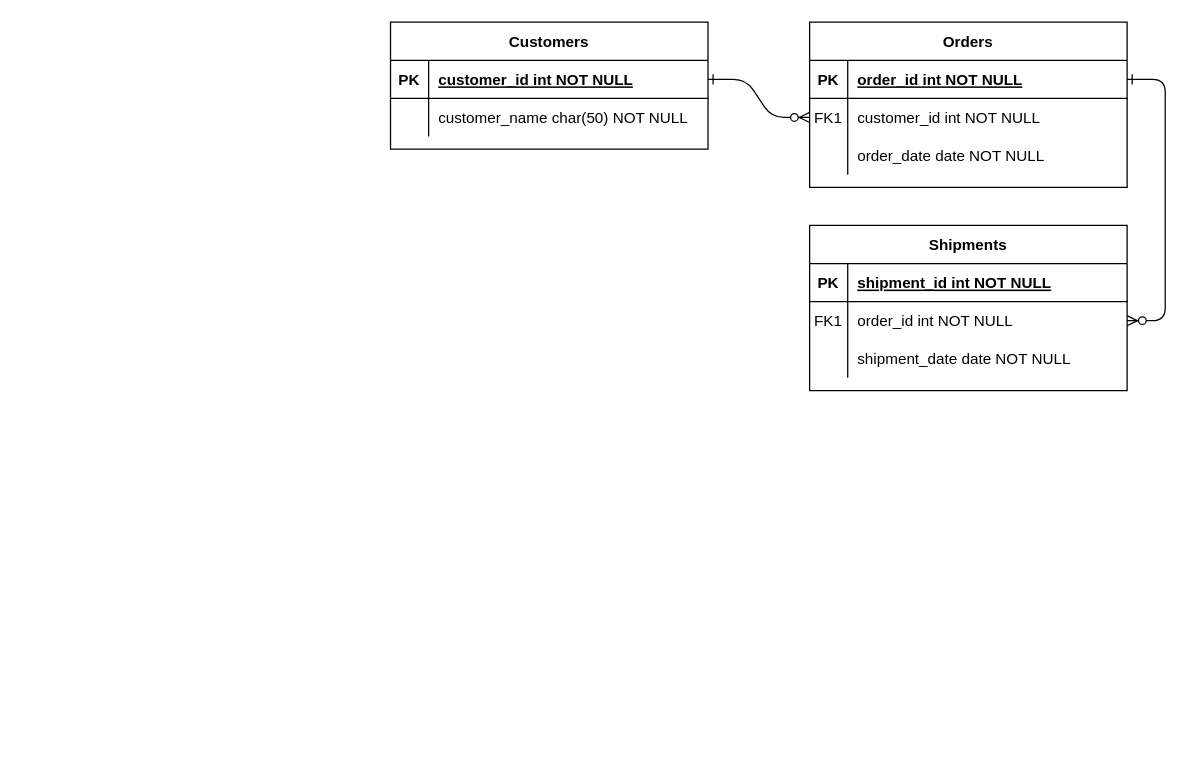
This is ERD.drawio from 7mzah/7mzah, a draw.io file, before an edit. Source tidied: cells renumbered, new cells numbered last; positions are measured from the earlier drawing's top-left corner, leaving out a move shared by most shapes. Both pictures are drawn from the tidied source at 127%, with x=0, y=0 at pixel (390, 22).
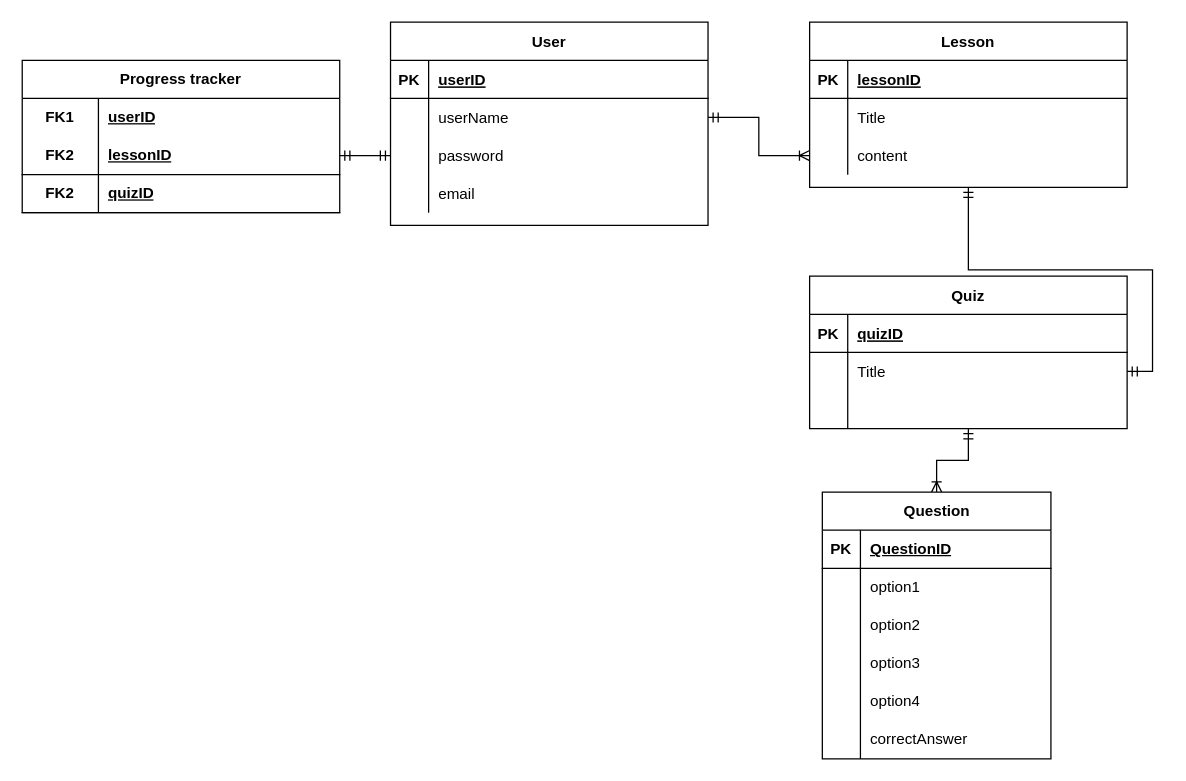
The same diagram, later.

Unchanged cells that the change refers to:
```xml
<mxCell id="5" style="shape=partialRectangle;fillColor=none;points=[[0,0.5],[1,0.5]];portConstraint=eastwest;top=0;left=0;right=0;bottom=1;" parent="4" vertex="1">
  <mxGeometry y="30" width="250" height="30" as="geometry" />
</mxCell>
<mxCell id="8" style="shape=partialRectangle;fillColor=none;points=[[0,0.5],[1,0.5]];portConstraint=eastwest;top=0;left=0;right=0;bottom=0;" parent="4" vertex="1">
  <mxGeometry y="60" width="250" height="30" as="geometry" />
</mxCell>
<mxCell id="11" style="shape=partialRectangle;fillColor=none;points=[[0,0.5],[1,0.5]];portConstraint=eastwest;top=0;left=0;right=0;bottom=0;" parent="4" vertex="1">
  <mxGeometry y="90" width="250" height="30" as="geometry" />
</mxCell>
<mxCell id="15" style="shape=partialRectangle;fillColor=none;top=0;left=0;right=0;bottom=1;" parent="14" vertex="1">
  <mxGeometry y="30" width="250" height="30" as="geometry" />
</mxCell>
<mxCell id="18" style="shape=partialRectangle;fillColor=none;points=[[0,0.5],[1,0.5]];portConstraint=eastwest;top=0;left=0;right=0;bottom=0;" parent="14" vertex="1">
  <mxGeometry y="60" width="250" height="30" as="geometry" />
</mxCell>
<mxCell id="21" style="shape=partialRectangle;fillColor=none;top=0;left=0;right=0;bottom=0;" parent="14" vertex="1">
  <mxGeometry y="90" width="250" height="30" as="geometry" />
</mxCell>
<mxCell id="25" style="shape=partialRectangle;fillColor=none;points=[[0,0.5],[1,0.5]];portConstraint=eastwest;top=0;left=0;right=0;bottom=1;" parent="24" vertex="1">
  <mxGeometry y="30" width="250" height="30" as="geometry" />
</mxCell>
<mxCell id="28" style="shape=partialRectangle;fillColor=none;points=[[0,0.5],[1,0.5]];portConstraint=eastwest;top=0;left=0;right=0;bottom=0;" parent="24" vertex="1">
  <mxGeometry y="60" width="250" height="30" as="geometry" />
</mxCell>
```

What changed in the source:
```diff
@@
-    <mxCell id="2" style="edgeStyle=entityRelationEdgeStyle;endArrow=ERzeroToMany;startArrow=ERone;endFill=1;startFill=0;" parent="1" edge="1" source="25" target="8">
-      <mxGeometry relative="1" as="geometry" />
-    </mxCell>
-    <mxCell id="3" style="edgeStyle=entityRelationEdgeStyle;endArrow=ERzeroToMany;startArrow=ERone;endFill=1;startFill=0;" parent="1" edge="1" source="5" target="18">
-      <mxGeometry relative="1" as="geometry" />
-    </mxCell>
+    <mxCell id="31" style="edgeStyle=orthogonalEdgeStyle;rounded=0;jettySize=auto;html=1;startArrow=ERmandOne;startFill=0;endArrow=ERmandOne;endFill=0;" parent="1" edge="1" source="4" target="18">
+      <mxGeometry relative="1" as="geometry" />
+    </mxCell>
-    <mxCell id="4" value="Orders" style="shape=table;startSize=30;childLayout=tableLayout;rowLines=0;fontStyle=1;align=center;" parent="1" vertex="1">
+    <mxCell id="4" value="Lesson" style="shape=table;startSize=30;childLayout=tableLayout;rowLines=0;fontStyle=1;align=center;" parent="1" vertex="1">
       <mxGeometry x="330" width="250" height="130" as="geometry" />
     </mxCell>
@@
-    <mxCell id="7" value="order_id int NOT NULL " style="shape=partialRectangle;overflow=hidden;fillColor=none;top=0;left=0;bottom=0;right=0;align=left;spacingLeft=6;fontStyle=5;" parent="5" vertex="1">
+    <mxCell id="7" value="lessonID" style="shape=partialRectangle;overflow=hidden;fillColor=none;top=0;left=0;bottom=0;right=0;align=left;spacingLeft=6;fontStyle=5;" parent="5" vertex="1">
       <mxGeometry x="30" width="220" height="30" as="geometry" />
     </mxCell>
@@
-    <mxCell id="9" value="FK1" style="shape=partialRectangle;overflow=hidden;fillColor=none;top=0;left=0;bottom=0;right=0;" parent="8" vertex="1">
+    <mxCell id="9" style="shape=partialRectangle;overflow=hidden;fillColor=none;top=0;left=0;bottom=0;right=0;" parent="8" vertex="1">
       <mxGeometry width="30" height="30" as="geometry" />
     </mxCell>
-    <mxCell id="10" value="customer_id int NOT NULL" style="shape=partialRectangle;overflow=hidden;fillColor=none;top=0;left=0;bottom=0;right=0;align=left;spacingLeft=6;" parent="8" vertex="1">
+    <mxCell id="10" value="Title" style="shape=partialRectangle;overflow=hidden;fillColor=none;top=0;left=0;bottom=0;right=0;align=left;spacingLeft=6;" parent="8" vertex="1">
       <mxGeometry x="30" width="220" height="30" as="geometry" />
     </mxCell>
@@
-    <mxCell id="13" value="order_date date NOT NULL" style="shape=partialRectangle;overflow=hidden;fillColor=none;top=0;left=0;bottom=0;right=0;align=left;spacingLeft=6;" parent="11" vertex="1">
+    <mxCell id="13" value="content" style="shape=partialRectangle;overflow=hidden;fillColor=none;top=0;left=0;bottom=0;right=0;align=left;spacingLeft=6;" parent="11" vertex="1">
       <mxGeometry x="30" width="220" height="30" as="geometry" />
     </mxCell>
+    <mxCell id="32" style="edgeStyle=orthogonalEdgeStyle;rounded=0;jettySize=auto;html=1;endArrow=ERoneToMany;endFill=0;startArrow=ERmandOne;startFill=0;" parent="1" edge="1" source="14" target="39">
+      <mxGeometry relative="1" as="geometry" />
+    </mxCell>
-    <mxCell id="14" value="Shipments" style="shape=table;startSize=30;childLayout=tableLayout;rowLines=0;fontStyle=1;align=center;" parent="1" vertex="1">
-      <mxGeometry x="330" y="160" width="250" height="130" as="geometry" />
+    <mxCell id="14" value="Quiz" style="shape=table;startSize=30;childLayout=tableLayout;rowLines=0;fontStyle=1;align=center;" parent="1" vertex="1">
+      <mxGeometry x="330" y="200" width="250" height="120" as="geometry" />
     </mxCell>
@@
-    <mxCell id="17" value="shipment_id int NOT NULL " style="shape=partialRectangle;overflow=hidden;fillColor=none;top=0;left=0;bottom=0;right=0;align=left;spacingLeft=6;fontStyle=5;" parent="15" vertex="1">
+    <mxCell id="17" value="quizID" style="shape=partialRectangle;overflow=hidden;fillColor=none;top=0;left=0;bottom=0;right=0;align=left;spacingLeft=6;fontStyle=5;" parent="15" vertex="1">
       <mxGeometry x="30" width="220" height="30" as="geometry" />
     </mxCell>
@@
-    <mxCell id="19" value="FK1" style="shape=partialRectangle;overflow=hidden;fillColor=none;top=0;left=0;bottom=0;right=0;" parent="18" vertex="1">
+    <mxCell id="19" style="shape=partialRectangle;overflow=hidden;fillColor=none;top=0;left=0;bottom=0;right=0;" parent="18" vertex="1">
       <mxGeometry width="30" height="30" as="geometry" />
     </mxCell>
-    <mxCell id="20" value="order_id int NOT NULL" style="shape=partialRectangle;overflow=hidden;fillColor=none;top=0;left=0;bottom=0;right=0;align=left;spacingLeft=6;" parent="18" vertex="1">
+    <mxCell id="20" value="Title" style="shape=partialRectangle;overflow=hidden;fillColor=none;top=0;left=0;bottom=0;right=0;align=left;spacingLeft=6;" parent="18" vertex="1">
       <mxGeometry x="30" width="220" height="30" as="geometry" />
     </mxCell>
@@
-    <mxCell id="23" value="shipment_date date NOT NULL" style="shape=partialRectangle;overflow=hidden;fillColor=none;top=0;left=0;bottom=0;right=0;align=left;spacingLeft=6;" parent="21" vertex="1">
+    <mxCell id="23" style="shape=partialRectangle;overflow=hidden;fillColor=none;top=0;left=0;bottom=0;right=0;align=left;spacingLeft=6;" parent="21" vertex="1">
       <mxGeometry x="30" width="220" height="30" as="geometry" />
     </mxCell>
-    <mxCell id="24" value="Customers" style="shape=table;startSize=30;childLayout=tableLayout;rowLines=0;fontStyle=1;align=center;" parent="1" vertex="1">
-      <mxGeometry width="250" height="100" as="geometry" />
+    <mxCell id="24" value="User" style="shape=table;startSize=30;childLayout=tableLayout;rowLines=0;fontStyle=1;align=center;" parent="1" vertex="1">
+      <mxGeometry width="250" height="160" as="geometry" />
     </mxCell>
@@
-    <mxCell id="27" value="customer_id int NOT NULL " style="shape=partialRectangle;overflow=hidden;fillColor=none;top=0;left=0;bottom=0;right=0;align=left;spacingLeft=6;fontStyle=5;" parent="25" vertex="1">
+    <mxCell id="27" value="userID" style="shape=partialRectangle;overflow=hidden;fillColor=none;top=0;left=0;bottom=0;right=0;align=left;spacingLeft=6;fontStyle=5;" parent="25" vertex="1">
       <mxGeometry x="30" width="220" height="30" as="geometry" />
     </mxCell>
@@
-    <mxCell id="30" value="customer_name char(50) NOT NULL" style="shape=partialRectangle;overflow=hidden;fillColor=none;top=0;left=0;bottom=0;right=0;align=left;spacingLeft=6;" parent="28" vertex="1">
+    <mxCell id="30" value="userName" style="shape=partialRectangle;overflow=hidden;fillColor=none;top=0;left=0;bottom=0;right=0;align=left;spacingLeft=6;" parent="28" vertex="1">
       <mxGeometry x="30" width="220" height="30" as="geometry" />
     </mxCell>
+    <mxCell id="33" style="shape=partialRectangle;fillColor=none;points=[[0,0.5],[1,0.5]];portConstraint=eastwest;top=0;left=0;right=0;bottom=0;" parent="24" vertex="1">
+      <mxGeometry y="90" width="250" height="30" as="geometry" />
+    </mxCell>
+    <mxCell id="34" style="shape=partialRectangle;overflow=hidden;fillColor=none;top=0;left=0;bottom=0;right=0;" parent="33" vertex="1">
+      <mxGeometry width="30" height="30" as="geometry" />
+    </mxCell>
+    <mxCell id="35" value="password" style="shape=partialRectangle;overflow=hidden;fillColor=none;top=0;left=0;bottom=0;right=0;align=left;spacingLeft=6;" parent="33" vertex="1">
+      <mxGeometry x="30" width="220" height="30" as="geometry" />
+    </mxCell>
+    <mxCell id="36" style="shape=partialRectangle;fillColor=none;top=0;left=0;right=0;bottom=0;" parent="24" vertex="1">
+      <mxGeometry y="120" width="250" height="30" as="geometry" />
+    </mxCell>
+    <mxCell id="37" style="shape=partialRectangle;overflow=hidden;fillColor=none;top=0;left=0;bottom=0;right=0;" parent="36" vertex="1">
+      <mxGeometry width="30" height="30" as="geometry" />
+    </mxCell>
+    <mxCell id="38" value="email" style="shape=partialRectangle;overflow=hidden;fillColor=none;top=0;left=0;bottom=0;right=0;align=left;spacingLeft=6;" parent="36" vertex="1">
+      <mxGeometry x="30" width="220" height="30" as="geometry" />
+    </mxCell>
+    <mxCell id="39" value="Question" style="shape=table;startSize=30;childLayout=tableLayout;rowLines=0;fontStyle=1;align=center;html=1;" parent="1" vertex="1">
+      <mxGeometry x="340" y="370" width="180" height="210" as="geometry" />
+    </mxCell>
+    <mxCell id="40" style="shape=tableRow;horizontal=0;startSize=0;swimlaneHead=0;swimlaneBody=0;fillColor=none;top=0;left=0;right=0;bottom=1;" parent="39" vertex="1">
+      <mxGeometry y="30" width="180" height="30" as="geometry" />
+    </mxCell>
+    <mxCell id="41" value="PK" style="shape=partialRectangle;fillColor=none;top=0;left=0;bottom=0;right=0;fontStyle=1;overflow=hidden;whiteSpace=wrap;html=1;" parent="40" vertex="1">
+      <mxGeometry width="30" height="30" as="geometry" />
+    </mxCell>
+    <mxCell id="42" value="QuestionID" style="shape=partialRectangle;fillColor=none;top=0;left=0;bottom=0;right=0;align=left;spacingLeft=6;fontStyle=5;overflow=hidden;whiteSpace=wrap;html=1;" parent="40" vertex="1">
+      <mxGeometry x="30" width="150" height="30" as="geometry" />
+    </mxCell>
+    <mxCell id="43" style="shape=tableRow;horizontal=0;startSize=0;swimlaneHead=0;swimlaneBody=0;fillColor=none;top=0;left=0;right=0;bottom=0;" parent="39" vertex="1">
+      <mxGeometry y="60" width="180" height="30" as="geometry" />
+    </mxCell>
+    <mxCell id="44" style="shape=partialRectangle;fillColor=none;top=0;left=0;bottom=0;right=0;overflow=hidden;whiteSpace=wrap;html=1;" parent="43" vertex="1">
+      <mxGeometry width="30" height="30" as="geometry" />
+    </mxCell>
+    <mxCell id="45" value="option1" style="shape=partialRectangle;fillColor=none;top=0;left=0;bottom=0;right=0;align=left;spacingLeft=6;overflow=hidden;whiteSpace=wrap;html=1;" parent="43" vertex="1">
+      <mxGeometry x="30" width="150" height="30" as="geometry" />
+    </mxCell>
+    <mxCell id="46" style="shape=tableRow;horizontal=0;startSize=0;swimlaneHead=0;swimlaneBody=0;fillColor=none;top=0;left=0;right=0;bottom=0;" parent="39" vertex="1">
+      <mxGeometry y="90" width="180" height="30" as="geometry" />
+    </mxCell>
+    <mxCell id="47" style="shape=partialRectangle;fillColor=none;top=0;left=0;bottom=0;right=0;overflow=hidden;whiteSpace=wrap;html=1;" parent="46" vertex="1">
+      <mxGeometry width="30" height="30" as="geometry" />
+    </mxCell>
+    <mxCell id="48" value="option2" style="shape=partialRectangle;fillColor=none;top=0;left=0;bottom=0;right=0;align=left;spacingLeft=6;overflow=hidden;whiteSpace=wrap;html=1;" parent="46" vertex="1">
+      <mxGeometry x="30" width="150" height="30" as="geometry" />
+    </mxCell>
+    <mxCell id="49" style="shape=tableRow;horizontal=0;startSize=0;swimlaneHead=0;swimlaneBody=0;fillColor=none;top=0;left=0;right=0;bottom=0;" parent="39" vertex="1">
+      <mxGeometry y="120" width="180" height="30" as="geometry" />
+    </mxCell>
+    <mxCell id="50" style="shape=partialRectangle;fillColor=none;top=0;left=0;bottom=0;right=0;overflow=hidden;whiteSpace=wrap;html=1;" parent="49" vertex="1">
+      <mxGeometry width="30" height="30" as="geometry" />
+    </mxCell>
+    <mxCell id="51" value="option3" style="shape=partialRectangle;fillColor=none;top=0;left=0;bottom=0;right=0;align=left;spacingLeft=6;overflow=hidden;whiteSpace=wrap;html=1;" parent="49" vertex="1">
+      <mxGeometry x="30" width="150" height="30" as="geometry" />
+    </mxCell>
+    <mxCell id="52" style="shape=tableRow;horizontal=0;startSize=0;swimlaneHead=0;swimlaneBody=0;fillColor=none;top=0;left=0;right=0;bottom=0;" parent="39" vertex="1">
+      <mxGeometry y="150" width="180" height="30" as="geometry" />
+    </mxCell>
+    <mxCell id="53" style="shape=partialRectangle;fillColor=none;top=0;left=0;bottom=0;right=0;overflow=hidden;whiteSpace=wrap;html=1;" parent="52" vertex="1">
+      <mxGeometry width="30" height="30" as="geometry" />
+    </mxCell>
+    <mxCell id="54" value="option4" style="shape=partialRectangle;fillColor=none;top=0;left=0;bottom=0;right=0;align=left;spacingLeft=6;overflow=hidden;whiteSpace=wrap;html=1;" parent="52" vertex="1">
+      <mxGeometry x="30" width="150" height="30" as="geometry" />
+    </mxCell>
+    <mxCell id="55" style="shape=tableRow;horizontal=0;startSize=0;swimlaneHead=0;swimlaneBody=0;fillColor=none;top=0;left=0;right=0;bottom=0;" parent="39" vertex="1">
+      <mxGeometry y="180" width="180" height="30" as="geometry" />
+    </mxCell>
+    <mxCell id="56" style="shape=partialRectangle;fillColor=none;top=0;left=0;bottom=0;right=0;overflow=hidden;whiteSpace=wrap;html=1;" parent="55" vertex="1">
+      <mxGeometry width="30" height="30" as="geometry" />
+    </mxCell>
+    <mxCell id="57" value="correctAnswer" style="shape=partialRectangle;fillColor=none;top=0;left=0;bottom=0;right=0;align=left;spacingLeft=6;overflow=hidden;whiteSpace=wrap;html=1;" parent="55" vertex="1">
+      <mxGeometry x="30" width="150" height="30" as="geometry" />
+    </mxCell>
+    <mxCell id="58" value="Progress tracker" style="shape=table;startSize=30;childLayout=tableLayout;rowLines=0;fontStyle=1;align=center;html=1;whiteSpace=wrap;" parent="1" vertex="1">
+      <mxGeometry x="-290" y="30" width="250" height="120" as="geometry" />
+    </mxCell>
+    <mxCell id="59" style="shape=tableRow;horizontal=0;startSize=0;swimlaneHead=0;swimlaneBody=0;fillColor=none;top=0;left=0;right=0;bottom=0;html=1;" parent="58" vertex="1">
+      <mxGeometry y="30" width="250" height="30" as="geometry" />
+    </mxCell>
+    <mxCell id="60" value="FK1" style="shape=partialRectangle;fillColor=none;top=0;left=0;bottom=0;right=0;fontStyle=1;overflow=hidden;html=1;whiteSpace=wrap;" parent="59" vertex="1">
+      <mxGeometry width="60" height="30" as="geometry" />
+    </mxCell>
+    <mxCell id="61" value="userID" style="shape=partialRectangle;fillColor=none;top=0;left=0;bottom=0;right=0;align=left;spacingLeft=6;fontStyle=5;overflow=hidden;html=1;whiteSpace=wrap;" parent="59" vertex="1">
+      <mxGeometry x="60" width="190" height="30" as="geometry" />
+    </mxCell>
+    <mxCell id="62" style="shape=tableRow;horizontal=0;startSize=0;swimlaneHead=0;swimlaneBody=0;fillColor=none;points=[[0,0.5],[1,0.5]];portConstraint=eastwest;top=0;left=0;right=0;bottom=1;html=1;" parent="58" vertex="1">
+      <mxGeometry y="60" width="250" height="30" as="geometry" />
+    </mxCell>
+    <mxCell id="63" value="FK2" style="shape=partialRectangle;fillColor=none;top=0;left=0;bottom=0;right=0;fontStyle=1;overflow=hidden;html=1;whiteSpace=wrap;" parent="62" vertex="1">
+      <mxGeometry width="60" height="30" as="geometry" />
+    </mxCell>
+    <mxCell id="64" value="lessonID" style="shape=partialRectangle;fillColor=none;top=0;left=0;bottom=0;right=0;align=left;spacingLeft=6;fontStyle=5;overflow=hidden;html=1;whiteSpace=wrap;" parent="62" vertex="1">
+      <mxGeometry x="60" width="190" height="30" as="geometry" />
+    </mxCell>
+    <mxCell id="65" style="shape=tableRow;horizontal=0;startSize=0;swimlaneHead=0;swimlaneBody=0;fillColor=none;top=0;left=0;right=0;bottom=1;html=1;" parent="58" vertex="1">
+      <mxGeometry y="90" width="250" height="30" as="geometry" />
+    </mxCell>
+    <mxCell id="66" value="FK2" style="shape=partialRectangle;fillColor=none;top=0;left=0;bottom=0;right=0;fontStyle=1;overflow=hidden;html=1;whiteSpace=wrap;" parent="65" vertex="1">
+      <mxGeometry width="60" height="30" as="geometry" />
+    </mxCell>
+    <mxCell id="67" value="quizID" style="shape=partialRectangle;fillColor=none;top=0;left=0;bottom=0;right=0;align=left;spacingLeft=6;fontStyle=5;overflow=hidden;html=1;whiteSpace=wrap;" parent="65" vertex="1">
+      <mxGeometry x="60" width="190" height="30" as="geometry" />
+    </mxCell>
+    <mxCell id="68" style="edgeStyle=orthogonalEdgeStyle;rounded=0;jettySize=auto;html=1;startArrow=ERmandOne;startFill=0;endArrow=ERoneToMany;endFill=0;" parent="1" edge="1" source="28" target="11">
+      <mxGeometry relative="1" as="geometry" />
+    </mxCell>
+    <mxCell id="69" style="edgeStyle=orthogonalEdgeStyle;rounded=0;jettySize=auto;html=1;exitX=0;exitY=0.5;exitDx=0;exitDy=0;entryX=1;entryY=0.5;entryDx=0;entryDy=0;startArrow=ERmandOne;startFill=0;endArrow=ERmandOne;endFill=0;" parent="1" edge="1" source="33" target="62">
+      <mxGeometry relative="1" as="geometry" />
+    </mxCell>
```
